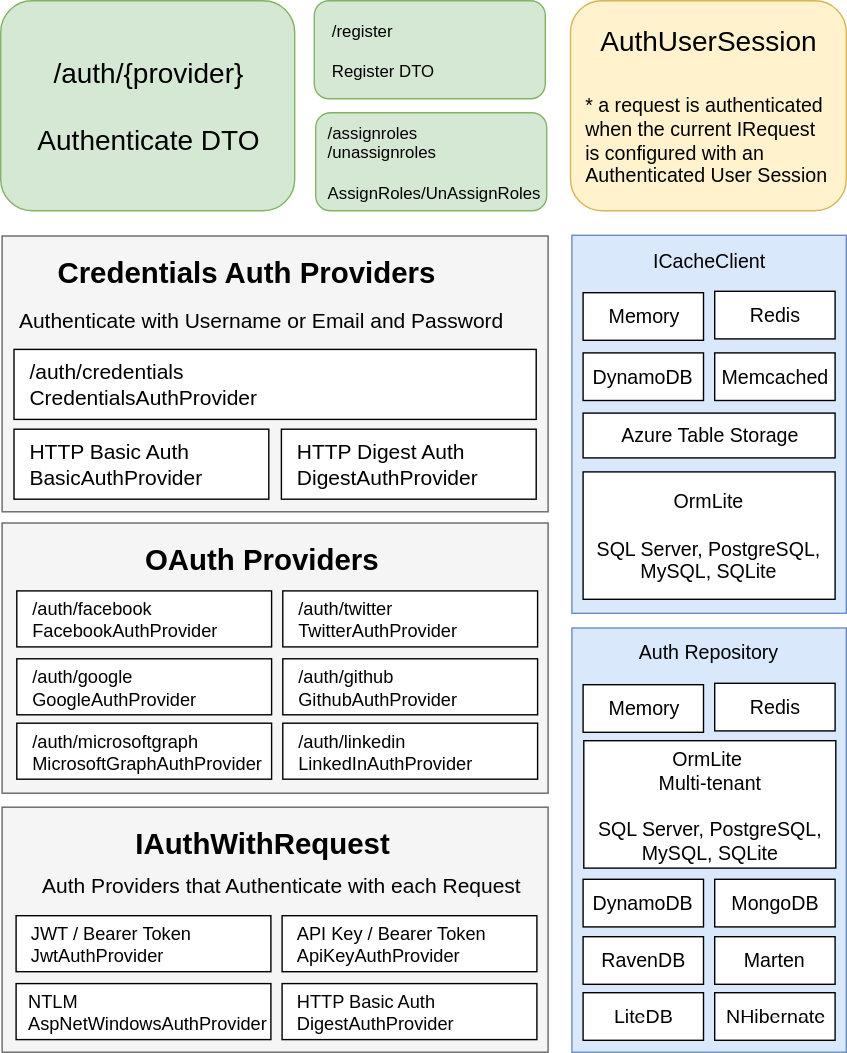
This is docs/images/security/auth-highlevel-overview.svg from samjones00/docs, a draw.io export, as it was before one commit. Source tidied: cells renumbered, new cells last; positions are measured from the earlier drawing's top-left corner, leaving out a move shared by most shapes.
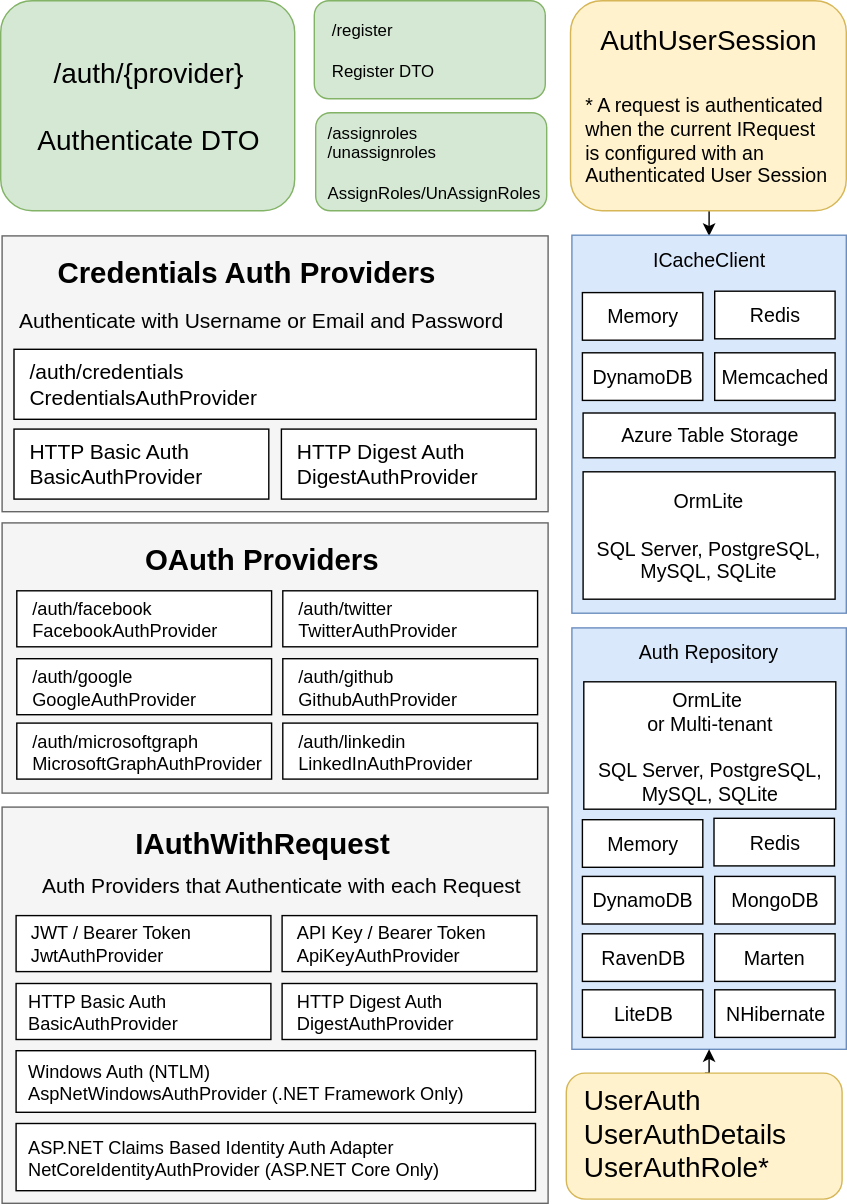
The same diagram one commit later.

The edit, as a diff of the source:
```diff
@@ -23,23 +23,26 @@
     <mxCell id="8" value="&lt;span style=&quot;font-size: 20px&quot;&gt;/auth/{provider}&lt;/span&gt;&lt;br style=&quot;font-size: 20px&quot;&gt;&lt;br style=&quot;font-size: 20px&quot;&gt;&lt;span style=&quot;font-size: 20px&quot;&gt;Authenticate DTO&lt;/span&gt;" style="rounded=1;whiteSpace=wrap;html=1;fontSize=20;align=center;spacing=0;fillColor=#d5e8d4;strokeColor=#82b366;" parent="1" vertex="1">
       <mxGeometry width="210" height="150" as="geometry" />
     </mxCell>
+    <mxCell id="45" style="edgeStyle=orthogonalEdgeStyle;rounded=0;jettySize=auto;html=1;exitX=0.5;exitY=1;exitDx=0;exitDy=0;entryX=0.5;entryY=0;entryDx=0;entryDy=0;fontSize=11;" parent="1" edge="1" source="9" target="11">
+      <mxGeometry relative="1" as="geometry" />
+    </mxCell>
     <mxCell id="9" value="AuthUserSession" style="rounded=1;whiteSpace=wrap;html=1;fontSize=20;align=center;fillColor=#fff2cc;strokeColor=#d6b656;verticalAlign=top;spacingTop=9;" parent="1" vertex="1">
       <mxGeometry x="407" width="197" height="150" as="geometry" />
     </mxCell>
-    <mxCell id="10" value="* a request is authenticated when the current IRequest is configured with an Authenticated User Session" style="text;html=1;strokeColor=none;fillColor=none;align=left;verticalAlign=top;whiteSpace=wrap;rounded=0;fontSize=14;" parent="1" vertex="1">
+    <mxCell id="10" value="* A request is authenticated when the current IRequest is configured with an Authenticated User Session" style="text;html=1;strokeColor=none;fillColor=none;align=left;verticalAlign=top;whiteSpace=wrap;rounded=0;fontSize=14;" parent="1" vertex="1">
       <mxGeometry x="416" y="60" width="180" height="80" as="geometry" />
     </mxCell>
     <mxCell id="11" value="ICacheClient" style="rounded=0;whiteSpace=wrap;html=1;fontSize=14;align=center;verticalAlign=top;spacingTop=2;fillColor=#dae8fc;strokeColor=#6c8ebf;" parent="1" vertex="1">
       <mxGeometry x="408" y="167.5" width="196" height="270" as="geometry" />
     </mxCell>
     <mxCell id="12" value="Memory" style="rounded=0;whiteSpace=wrap;html=1;fontSize=14;align=center;" parent="1" vertex="1">
-      <mxGeometry x="416" y="208.5" width="86" height="34" as="geometry" />
+      <mxGeometry x="415.5" y="208.5" width="86" height="34" as="geometry" />
     </mxCell>
     <mxCell id="13" value="Redis" style="rounded=0;whiteSpace=wrap;html=1;fontSize=14;align=center;" parent="1" vertex="1">
       <mxGeometry x="510" y="207.5" width="86" height="34" as="geometry" />
     </mxCell>
     <mxCell id="14" value="DynamoDB" style="rounded=0;whiteSpace=wrap;html=1;fontSize=14;align=center;" parent="1" vertex="1">
-      <mxGeometry x="416" y="251.5" width="86" height="34" as="geometry" />
+      <mxGeometry x="415.5" y="251.5" width="86" height="34" as="geometry" />
     </mxCell>
     <mxCell id="15" value="Memcached" style="rounded=0;whiteSpace=wrap;html=1;fontSize=14;align=center;" parent="1" vertex="1">
       <mxGeometry x="510" y="251.5" width="86" height="34" as="geometry" />
@@ -51,34 +54,34 @@
       <mxGeometry x="416" y="336.5" width="180" height="91" as="geometry" />
     </mxCell>
     <mxCell id="18" value="Auth Repository" style="rounded=0;whiteSpace=wrap;html=1;fontSize=14;align=center;verticalAlign=top;spacingTop=2;fillColor=#dae8fc;strokeColor=#6c8ebf;" parent="1" vertex="1">
-      <mxGeometry x="408" y="448" width="196" height="303" as="geometry" />
+      <mxGeometry x="408" y="448" width="196" height="301" as="geometry" />
     </mxCell>
     <mxCell id="19" value="Memory" style="rounded=0;whiteSpace=wrap;html=1;fontSize=14;align=center;" parent="1" vertex="1">
-      <mxGeometry x="416" y="488.5" width="86" height="34" as="geometry" />
+      <mxGeometry x="415.5" y="585" width="86" height="34" as="geometry" />
     </mxCell>
     <mxCell id="20" value="Redis" style="rounded=0;whiteSpace=wrap;html=1;fontSize=14;align=center;" parent="1" vertex="1">
-      <mxGeometry x="510" y="487.5" width="86" height="34" as="geometry" />
+      <mxGeometry x="509.5" y="584" width="86" height="34" as="geometry" />
     </mxCell>
     <mxCell id="21" value="DynamoDB" style="rounded=0;whiteSpace=wrap;html=1;fontSize=14;align=center;" parent="1" vertex="1">
-      <mxGeometry x="416" y="627.5" width="86" height="34" as="geometry" />
+      <mxGeometry x="415.5" y="625.5" width="86" height="34" as="geometry" />
     </mxCell>
     <mxCell id="22" value="MongoDB" style="rounded=0;whiteSpace=wrap;html=1;fontSize=14;align=center;" parent="1" vertex="1">
-      <mxGeometry x="510" y="627.5" width="86" height="34" as="geometry" />
+      <mxGeometry x="510" y="625.5" width="86" height="34" as="geometry" />
     </mxCell>
-    <mxCell id="23" value="OrmLite&amp;nbsp;&lt;br&gt;Multi-tenant&lt;br&gt;&lt;br&gt;SQL Server, PostgreSQL, MySQL, SQLite&lt;br&gt;" style="rounded=0;whiteSpace=wrap;html=1;fontSize=14;align=center;" parent="1" vertex="1">
-      <mxGeometry x="416.5" y="528.5" width="180" height="91" as="geometry" />
+    <mxCell id="23" value="OrmLite&amp;nbsp;&lt;br&gt;or Multi-tenant&lt;br&gt;&lt;br&gt;SQL Server, PostgreSQL, MySQL, SQLite&lt;br&gt;" style="rounded=0;whiteSpace=wrap;html=1;fontSize=14;align=center;" parent="1" vertex="1">
+      <mxGeometry x="416.5" y="486.5" width="180" height="91" as="geometry" />
     </mxCell>
     <mxCell id="24" value="RavenDB" style="rounded=0;whiteSpace=wrap;html=1;fontSize=14;align=center;" parent="1" vertex="1">
-      <mxGeometry x="416" y="668.5" width="86" height="34" as="geometry" />
+      <mxGeometry x="415.5" y="666.5" width="86" height="34" as="geometry" />
     </mxCell>
     <mxCell id="25" value="Marten" style="rounded=0;whiteSpace=wrap;html=1;fontSize=14;align=center;" parent="1" vertex="1">
-      <mxGeometry x="510" y="668.5" width="86" height="34" as="geometry" />
+      <mxGeometry x="510" y="666.5" width="86" height="34" as="geometry" />
     </mxCell>
     <mxCell id="26" value="LiteDB" style="rounded=0;whiteSpace=wrap;html=1;fontSize=14;align=center;" parent="1" vertex="1">
-      <mxGeometry x="416" y="708.5" width="86" height="34" as="geometry" />
+      <mxGeometry x="415.5" y="706.5" width="86" height="34" as="geometry" />
     </mxCell>
     <mxCell id="27" value="NHibernate" style="rounded=0;whiteSpace=wrap;html=1;fontSize=14;align=center;" parent="1" vertex="1">
-      <mxGeometry x="510" y="708.5" width="86" height="34" as="geometry" />
+      <mxGeometry x="510" y="706.5" width="86" height="34" as="geometry" />
     </mxCell>
     <mxCell id="28" style="rounded=0;whiteSpace=wrap;html=1;fillColor=#f5f5f5;strokeColor=#666666;align=left;verticalAlign=top;fontStyle=1;fontSize=17;spacingLeft=10;fontColor=#333333;" parent="1" vertex="1">
       <mxGeometry x="1" y="373" width="390" height="193" as="geometry" />
@@ -111,7 +114,7 @@
       <mxGeometry x="201.5" y="516" width="182" height="40" as="geometry" />
     </mxCell>
     <mxCell id="38" style="rounded=0;whiteSpace=wrap;html=1;fillColor=#f5f5f5;strokeColor=#666666;align=left;verticalAlign=top;fontStyle=1;fontSize=17;spacingLeft=10;fontColor=#333333;" parent="1" vertex="1">
-      <mxGeometry x="1" y="576" width="390" height="175" as="geometry" />
+      <mxGeometry x="1" y="576" width="390" height="283" as="geometry" />
     </mxCell>
     <mxCell id="39" value="&lt;h1 style=&quot;font-size: 21px&quot;&gt;IAuthWithRequest&lt;/h1&gt;" style="text;html=1;strokeColor=none;fillColor=none;spacing=5;spacingTop=-20;whiteSpace=wrap;overflow=hidden;rounded=0;fontSize=21;align=center;" parent="1" vertex="1">
       <mxGeometry x="37" y="586" width="300" height="40" as="geometry" />
@@ -125,11 +128,23 @@
     <mxCell id="42" value="&lt;span&gt;API Key&amp;nbsp;/ Bearer Token&lt;/span&gt;&lt;br&gt;&lt;span&gt;ApiKeyAuthProvider&lt;/span&gt;&lt;br style=&quot;font-size: 13px&quot;&gt;" style="rounded=0;whiteSpace=wrap;html=1;fontSize=13;align=left;spacing=10;verticalAlign=middle;" parent="1" vertex="1">
       <mxGeometry x="201" y="653.5" width="182" height="40" as="geometry" />
     </mxCell>
-    <mxCell id="43" value="&lt;span&gt;NTLM&lt;/span&gt;&lt;br&gt;&lt;span&gt;AspNetWindowsAuthProvider&lt;/span&gt;&lt;br&gt;" style="rounded=0;whiteSpace=wrap;html=1;fontSize=13;align=left;spacing=8;verticalAlign=middle;" parent="1" vertex="1">
+    <mxCell id="43" value="HTTP Basic Auth&lt;br&gt;BasicAuthProvider&lt;br&gt;" style="rounded=0;whiteSpace=wrap;html=1;fontSize=13;align=left;spacing=8;verticalAlign=middle;" parent="1" vertex="1">
       <mxGeometry x="11" y="702" width="182" height="40" as="geometry" />
     </mxCell>
-    <mxCell id="44" value="&lt;span&gt;HTTP Basic Auth&lt;/span&gt;&lt;br&gt;&lt;span&gt;DigestAuthProvider&lt;/span&gt;&lt;br style=&quot;font-size: 13px&quot;&gt;" style="rounded=0;whiteSpace=wrap;html=1;fontSize=13;align=left;spacing=10;verticalAlign=middle;" parent="1" vertex="1">
+    <mxCell id="44" value="&lt;span&gt;HTTP Digest Auth&lt;/span&gt;&lt;br&gt;&lt;span&gt;DigestAuthProvider&lt;/span&gt;&lt;br&gt;" style="rounded=0;whiteSpace=wrap;html=1;fontSize=13;align=left;spacing=10;verticalAlign=middle;" parent="1" vertex="1">
       <mxGeometry x="201" y="702" width="182" height="40" as="geometry" />
     </mxCell>
+    <mxCell id="46" style="edgeStyle=orthogonalEdgeStyle;rounded=0;jettySize=auto;html=1;exitX=0.5;exitY=0;exitDx=0;exitDy=0;entryX=0.5;entryY=1;entryDx=0;entryDy=0;fontSize=11;" parent="1" edge="1" source="47" target="18">
+      <mxGeometry relative="1" as="geometry" />
+    </mxCell>
+    <mxCell id="47" value="UserAuth UserAuthDetails UserAuthRole*" style="rounded=1;whiteSpace=wrap;html=1;fontSize=20;align=left;fillColor=#fff2cc;strokeColor=#d6b656;verticalAlign=top;spacingTop=0;spacingLeft=10;" parent="1" vertex="1">
+      <mxGeometry x="404" y="766" width="197" height="90" as="geometry" />
+    </mxCell>
+    <mxCell id="48" value="&lt;span&gt;Windows Auth (NTLM)&lt;/span&gt;&lt;br&gt;&lt;span&gt;AspNetWindowsAuthProvider (.NET Framework Only)&lt;/span&gt;&lt;br&gt;" style="rounded=0;whiteSpace=wrap;html=1;fontSize=13;align=left;spacing=8;verticalAlign=middle;" parent="1" vertex="1">
+      <mxGeometry x="11" y="750" width="371" height="44" as="geometry" />
+    </mxCell>
+    <mxCell id="49" value="ASP.NET Claims Based Identity Auth Adapter&lt;br&gt;&lt;span&gt;NetCoreIdentityAuthProvider (&lt;/span&gt;ASP.NET Core Only)&lt;br&gt;" style="rounded=0;whiteSpace=wrap;html=1;fontSize=13;align=left;spacing=8;verticalAlign=middle;" parent="1" vertex="1">
+      <mxGeometry x="11" y="802" width="371" height="48" as="geometry" />
+    </mxCell>
   </root>
 </mxGraphModel>
```
